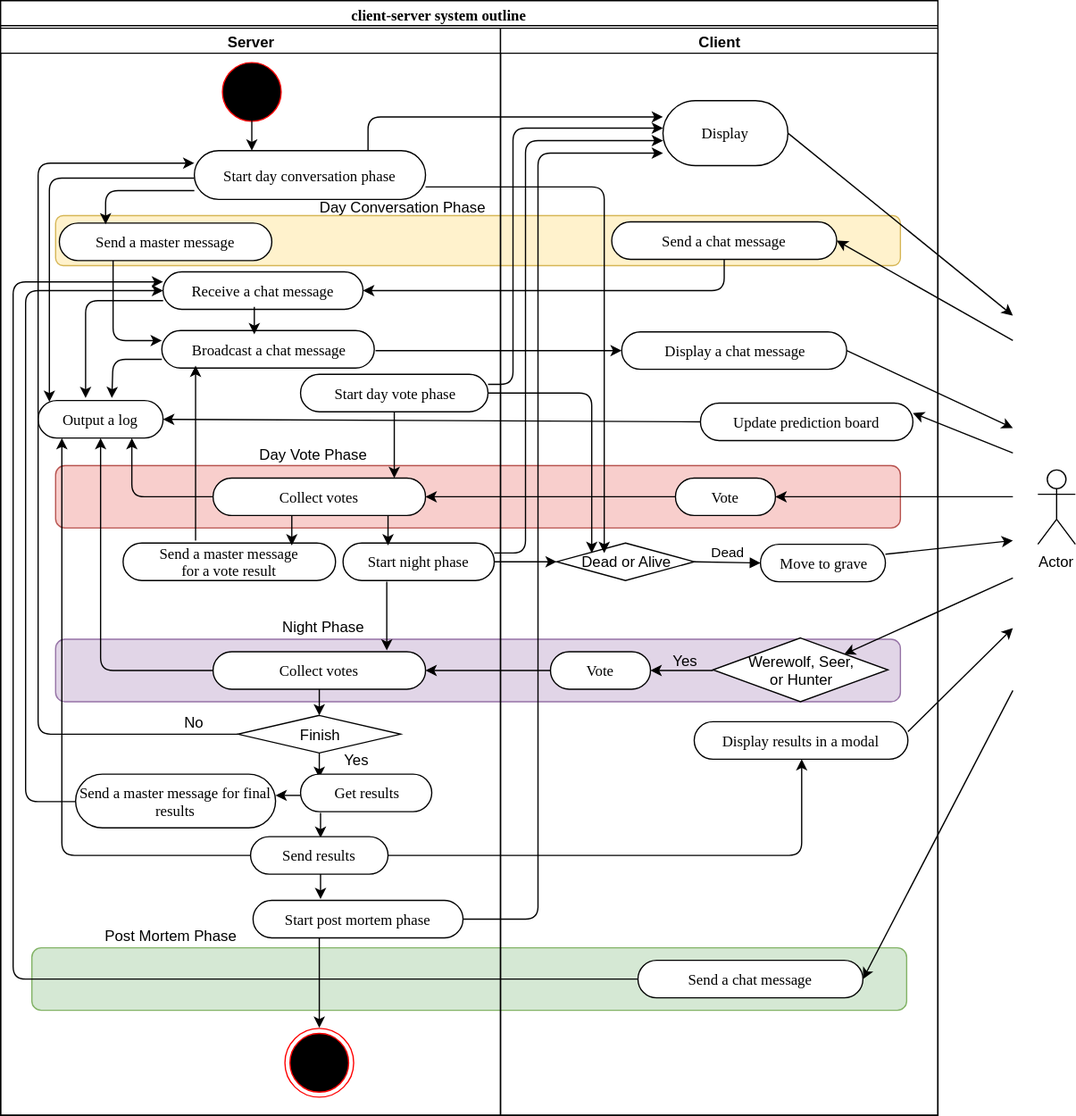
Earlier version of the draw.io export werewolf_system_outline.svg (ktr-skmt/werewolfworld). Source tidied: cells renumbered, new cells last; positions are measured from the earlier drawing's top-left corner, leaving out a move shared by most shapes.
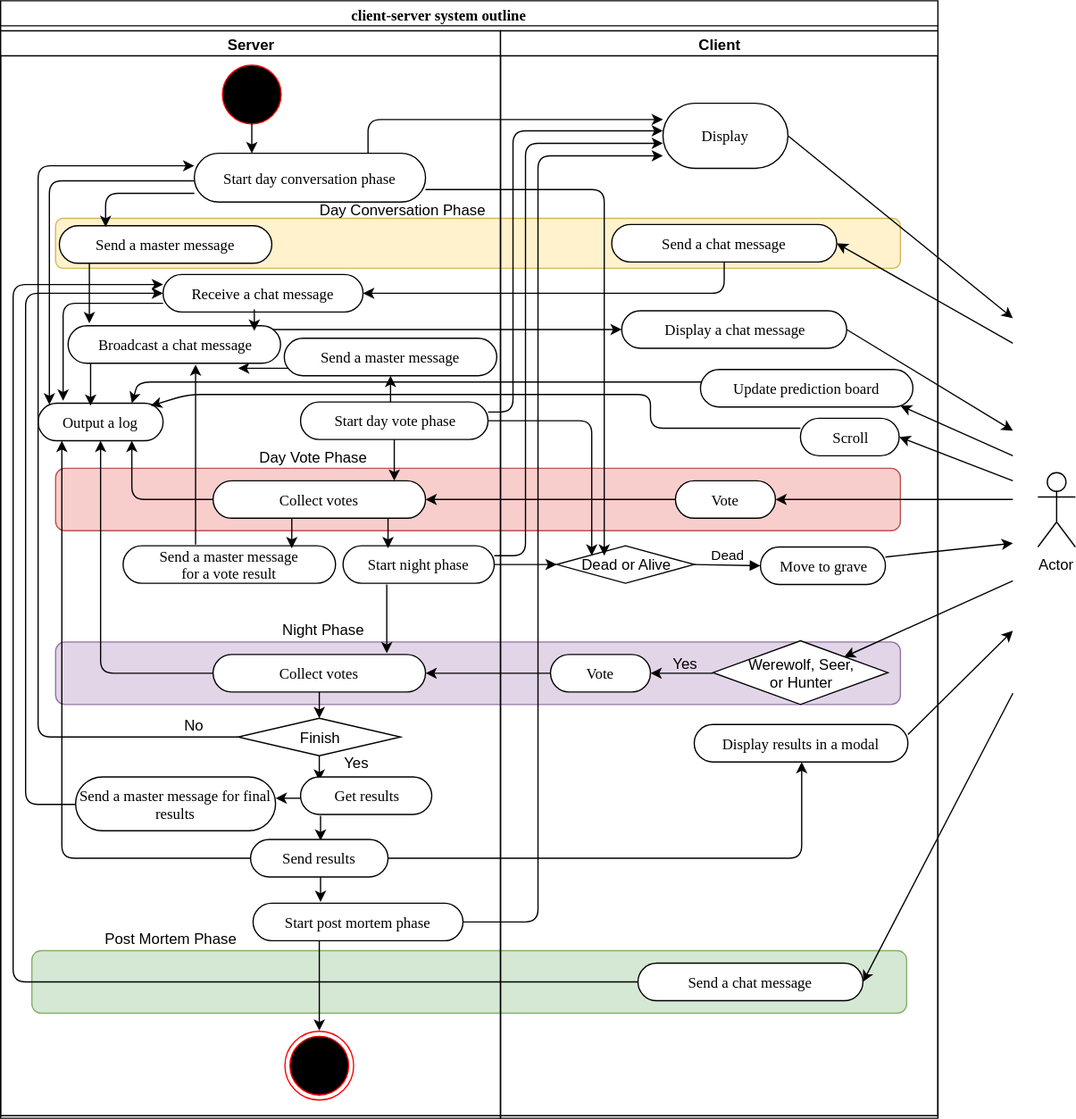
The same file after the commit.

What changed in the source:
```diff
@@ -15,8 +15,16 @@
       <mxGeometry x="44" y="172" width="676" height="40" as="geometry" />
     </mxCell>
     <mxCell id="6" value="client-server system outline" style="swimlane;html=1;startSize=20;rounded=0;shadow=0;comic=0;labelBackgroundColor=none;strokeColor=#000000;strokeWidth=1;fillColor=#ffffff;fontFamily=Verdana;fontSize=12;fontColor=#000000;align=center;" parent="1" vertex="1">
-      <mxGeometry width="750" height="892" as="geometry" />
+      <mxGeometry y="-2" width="750" height="892" as="geometry" />
     </mxCell>
+    <mxCell id="26" style="endArrow=classic;html=1;entryX=0.75;entryY=0;" parent="6" edge="1" target="9">
+      <mxGeometry relative="1" as="geometry">
+        <mxPoint x="566" y="305" as="sourcePoint" />
+        <Array as="points">
+          <mxPoint x="110" y="305" />
+        </Array>
+      </mxGeometry>
+    </mxCell>
     <mxCell id="7" value="Server" style="swimlane;html=1;startSize=20;" parent="1" vertex="1">
       <mxGeometry y="22" width="400" height="870" as="geometry" />
     </mxCell>
@@ -37,10 +45,11 @@
         </Array>
       </mxGeometry>
     </mxCell>
-    <mxCell id="12" style="endArrow=classic;html=1;entryX=0.38;entryY=-0.067;entryPerimeter=0;exitX=0;exitY=0.75;" parent="7" edge="1" source="8" target="9">
+    <mxCell id="12" style="endArrow=classic;html=1;exitX=0;exitY=0.75;" parent="7" edge="1" source="8">
       <mxGeometry relative="1" as="geometry">
+        <mxPoint x="50" y="296" as="targetPoint" />
         <Array as="points">
-          <mxPoint x="68" y="218" />
+          <mxPoint x="50" y="218" />
         </Array>
       </mxGeometry>
     </mxCell>
@@ -51,7 +60,7 @@
       <mxGeometry x="400" y="22" width="350" height="870" as="geometry" />
     </mxCell>
     <mxCell id="15" value="Update prediction board" style="rounded=1;whiteSpace=wrap;html=1;shadow=0;comic=0;labelBackgroundColor=none;strokeColor=#000000;strokeWidth=1;fillColor=#ffffff;fontFamily=Verdana;fontSize=12;fontColor=#000000;align=center;arcSize=50;" parent="14" vertex="1">
-      <mxGeometry x="160" y="300" width="170" height="30" as="geometry" />
+      <mxGeometry x="160" y="271" width="170" height="30" as="geometry" />
     </mxCell>
     <mxCell id="16" style="ellipse;html=1;shape=startState;fillColor=#000000;strokeColor=#ff0000;" parent="1" vertex="1">
       <mxGeometry x="173" y="45" width="55" height="55" as="geometry" />
@@ -74,15 +83,13 @@
       <mxGeometry x="489" y="177" width="180" height="30" as="geometry" />
     </mxCell>
     <mxCell id="21" value="Display a chat message" style="rounded=1;whiteSpace=wrap;html=1;shadow=0;comic=0;labelBackgroundColor=none;strokeColor=#000000;strokeWidth=1;fillColor=#ffffff;fontFamily=Verdana;fontSize=12;fontColor=#000000;align=center;arcSize=50;" parent="1" vertex="1">
-      <mxGeometry x="497" y="265" width="180" height="30" as="geometry" />
+      <mxGeometry x="497" y="246" width="180" height="30" as="geometry" />
     </mxCell>
-    <mxCell id="22" style="endArrow=classic;html=1;entryX=0;entryY=0.5;" parent="1" edge="1" target="21">
-      <mxGeometry relative="1" as="geometry">
-        <mxPoint x="300" y="280" as="sourcePoint" />
-      </mxGeometry>
+    <mxCell id="22" style="endArrow=classic;html=1;exitX=0.941;exitY=0.1;entryX=0;entryY=0.5;exitPerimeter=0;" parent="1" edge="1" source="23" target="21">
+      <mxGeometry relative="1" as="geometry" />
     </mxCell>
     <mxCell id="23" value="Broadcast a chat message" style="rounded=1;whiteSpace=wrap;html=1;shadow=0;comic=0;labelBackgroundColor=none;strokeColor=#000000;strokeWidth=1;fillColor=#ffffff;fontFamily=Verdana;fontSize=12;fontColor=#000000;align=center;arcSize=50;" parent="1" vertex="1">
-      <mxGeometry x="129" y="264" width="170" height="30" as="geometry" />
+      <mxGeometry x="54" y="258" width="170" height="30" as="geometry" />
     </mxCell>
     <mxCell id="24" style="endArrow=classic;html=1;entryX=1;entryY=0.5;exitX=0.5;exitY=1;" parent="1" edge="1" source="20" target="8">
       <mxGeometry relative="1" as="geometry">
@@ -94,12 +101,9 @@
     <mxCell id="25" style="endArrow=classic;html=1;" parent="1" edge="1">
       <mxGeometry relative="1" as="geometry">
         <mxPoint x="203" y="245" as="sourcePoint" />
-        <mxPoint x="203" y="267" as="targetPoint" />
+        <mxPoint x="203" y="262" as="targetPoint" />
       </mxGeometry>
     </mxCell>
-    <mxCell id="26" style="endArrow=classic;html=1;exitX=0;exitY=0.5;entryX=1;entryY=0.5;" parent="1" edge="1" source="15" target="9">
-      <mxGeometry relative="1" as="geometry" />
-    </mxCell>
     <mxCell id="27" value="Actor" style="shape=umlActor;verticalLabelPosition=bottom;labelBackgroundColor=#ffffff;verticalAlign=top;html=1;" parent="1" vertex="1">
       <mxGeometry x="830" y="375" width="30" height="60" as="geometry" />
     </mxCell>
@@ -108,9 +112,10 @@
         <mxPoint x="810" y="272" as="sourcePoint" />
       </mxGeometry>
     </mxCell>
-    <mxCell id="29" style="endArrow=classic;html=1;entryX=1;entryY=0.25;" parent="1" edge="1" target="15">
+    <mxCell id="29" style="endArrow=classic;html=1;" parent="1" edge="1">
       <mxGeometry relative="1" as="geometry">
         <mxPoint x="810" y="362" as="sourcePoint" />
+        <mxPoint x="720" y="322" as="targetPoint" />
       </mxGeometry>
     </mxCell>
     <mxCell id="30" style="endArrow=classic;html=1;exitX=1;exitY=0.5;" parent="1" edge="1" source="21">
@@ -167,19 +172,12 @@
         </Array>
       </mxGeometry>
     </mxCell>
-    <mxCell id="42" style="endArrow=classic;html=1;exitX=0.25;exitY=1;entryX=0;entryY=0.25;" parent="1" edge="1" source="40" target="23">
-      <mxGeometry relative="1" as="geometry">
-        <Array as="points">
-          <mxPoint x="90" y="272" />
-        </Array>
-      </mxGeometry>
-    </mxCell>
     <mxCell id="43" style="endArrow=classic;html=1;" parent="1" edge="1">
       <mxGeometry relative="1" as="geometry">
-        <mxPoint x="156" y="432" as="sourcePoint" />
-        <mxPoint x="156" y="292" as="targetPoint" />
+        <mxPoint x="156" y="433" as="sourcePoint" />
+        <mxPoint x="156" y="289" as="targetPoint" />
         <Array as="points">
-          <mxPoint x="156" y="362" />
+          <mxPoint x="156" y="359" />
         </Array>
       </mxGeometry>
     </mxCell>
@@ -278,7 +276,7 @@
       </mxGeometry>
     </mxCell>
     <mxCell id="66" value="Start day vote phase" style="rounded=1;whiteSpace=wrap;html=1;shadow=0;comic=0;labelBackgroundColor=none;strokeColor=#000000;strokeWidth=1;fillColor=#ffffff;fontFamily=Verdana;fontSize=12;fontColor=#000000;align=center;arcSize=50;" parent="1" vertex="1">
-      <mxGeometry x="240" y="299" width="150" height="30" as="geometry" />
+      <mxGeometry x="240" y="319" width="150" height="30" as="geometry" />
     </mxCell>
     <mxCell id="67" style="endArrow=classic;html=1;exitX=0.5;exitY=1;" parent="1" edge="1" source="66">
       <mxGeometry relative="1" as="geometry">
@@ -294,7 +292,7 @@
     <mxCell id="69" style="endArrow=classic;html=1;entryX=0;entryY=0;exitX=1;exitY=0.5;" parent="1" edge="1" source="66" target="45">
       <mxGeometry relative="1" as="geometry">
         <Array as="points">
-          <mxPoint x="473" y="314" />
+          <mxPoint x="473" y="334" />
         </Array>
       </mxGeometry>
     </mxCell>
@@ -313,12 +311,8 @@
         <mxPoint x="810" y="502" as="targetPoint" />
       </mxGeometry>
     </mxCell>
-    <mxCell id="73" style="endArrow=classic;html=1;exitX=0;exitY=0.75;entryX=0.59;entryY=-0.067;entryPerimeter=0;" parent="1" edge="1" source="23" target="9">
-      <mxGeometry relative="1" as="geometry">
-        <Array as="points">
-          <mxPoint x="90" y="287" />
-        </Array>
-      </mxGeometry>
+    <mxCell id="73" style="endArrow=classic;html=1;exitX=0.106;exitY=1;exitPerimeter=0;entryX=0.42;entryY=0.067;entryPerimeter=0;" parent="1" edge="1" source="23" target="9">
+      <mxGeometry relative="1" as="geometry" />
     </mxCell>
     <mxCell id="74" value="No" style="text;html=1;strokeColor=none;fillColor=none;align=center;verticalAlign=middle;whiteSpace=wrap;" parent="1" vertex="1">
       <mxGeometry x="120" y="572" width="70" height="10" as="geometry" />
@@ -391,7 +385,7 @@
       <mxGeometry relative="1" as="geometry">
         <mxPoint x="530" y="102" as="targetPoint" />
         <Array as="points">
-          <mxPoint x="410" y="307" />
+          <mxPoint x="410" y="327" />
           <mxPoint x="410" y="102" />
         </Array>
       </mxGeometry>
@@ -420,5 +414,43 @@
     <mxCell id="92" style="endArrow=classic;html=1;exitX=0.315;exitY=1;exitPerimeter=0;entryX=0.5;entryY=0;" parent="1" edge="1" source="91" target="17">
       <mxGeometry relative="1" as="geometry" />
     </mxCell>
+    <mxCell id="93" value="Send a master message" style="rounded=1;whiteSpace=wrap;html=1;shadow=0;comic=0;labelBackgroundColor=none;strokeColor=#000000;strokeWidth=1;fillColor=#ffffff;fontFamily=Verdana;fontSize=12;fontColor=#000000;align=center;arcSize=50;" parent="1" vertex="1">
+      <mxGeometry x="227" y="268" width="170" height="30" as="geometry" />
+    </mxCell>
+    <mxCell id="42" style="endArrow=classic;html=1;" parent="1" edge="1">
+      <mxGeometry relative="1" as="geometry">
+        <mxPoint x="71" y="208" as="sourcePoint" />
+        <mxPoint x="71" y="256" as="targetPoint" />
+      </mxGeometry>
+    </mxCell>
+    <mxCell id="94" style="endArrow=classic;html=1;entryX=0.5;entryY=1;" parent="1" edge="1" target="93">
+      <mxGeometry relative="1" as="geometry">
+        <mxPoint x="312" y="319" as="sourcePoint" />
+      </mxGeometry>
+    </mxCell>
+    <mxCell id="95" style="endArrow=classic;html=1;" parent="1" edge="1">
+      <mxGeometry relative="1" as="geometry">
+        <mxPoint x="230" y="292" as="sourcePoint" />
+        <mxPoint x="190" y="292" as="targetPoint" />
+      </mxGeometry>
+    </mxCell>
+    <mxCell id="96" value="Scroll" style="rounded=1;whiteSpace=wrap;html=1;shadow=0;comic=0;labelBackgroundColor=none;strokeColor=#000000;strokeWidth=1;fillColor=#ffffff;fontFamily=Verdana;fontSize=12;fontColor=#000000;align=center;arcSize=50;" parent="1" vertex="1">
+      <mxGeometry x="640" y="332" width="79" height="30" as="geometry" />
+    </mxCell>
+    <mxCell id="97" style="endArrow=classic;html=1;entryX=1;entryY=0.5;" parent="1" edge="1" target="96">
+      <mxGeometry relative="1" as="geometry">
+        <mxPoint x="810" y="382" as="sourcePoint" />
+      </mxGeometry>
+    </mxCell>
+    <mxCell id="98" style="endArrow=classic;html=1;exitX=0;exitY=0.25;" parent="1" edge="1" source="96">
+      <mxGeometry relative="1" as="geometry">
+        <mxPoint x="120" y="322" as="targetPoint" />
+        <Array as="points">
+          <mxPoint x="520" y="340" />
+          <mxPoint x="520" y="313" />
+          <mxPoint x="150" y="313" />
+        </Array>
+      </mxGeometry>
+    </mxCell>
   </root>
 </mxGraphModel>
```
